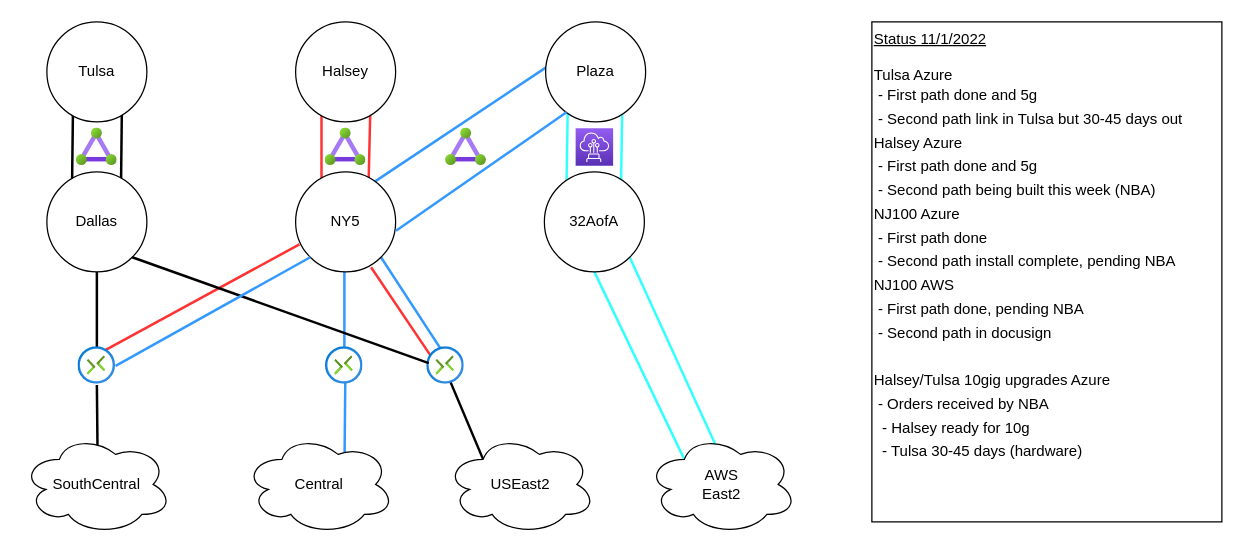
Before: Cloud2.drawio in rhoatson/Draw.io, a draw.io diagram. Source tidied: cells renumbered, new cells numbered last; positions are measured from the earlier drawing's top-left corner, leaving out a move shared by most shapes. Both pictures are drawn from the tidied source at 125%, with x=0, y=0 at pixel (21, 21).
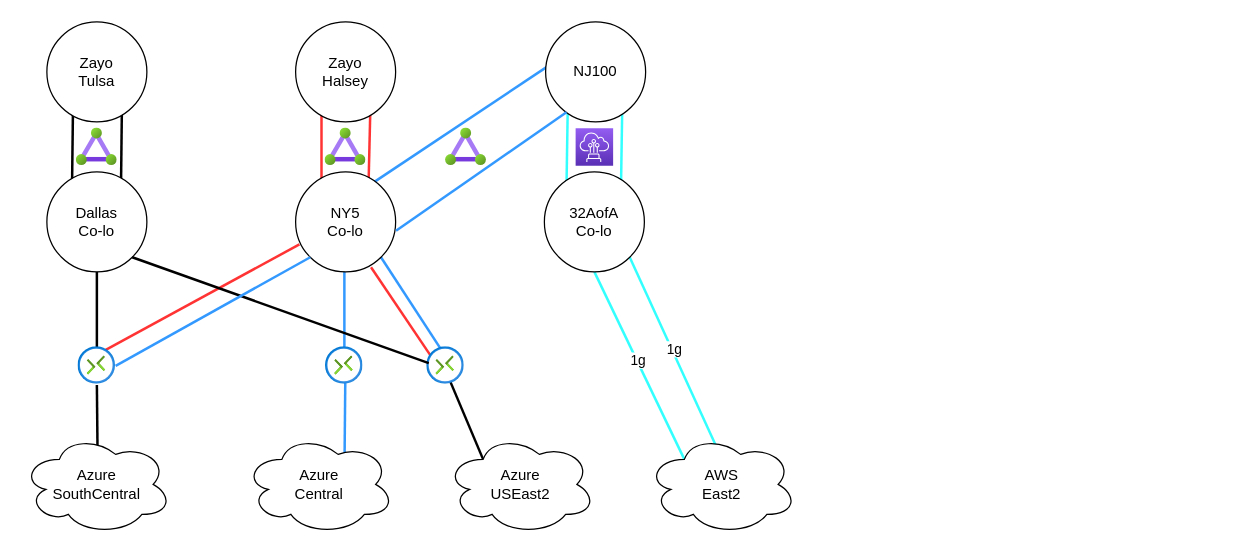
After the change.

The change refers to these unchanged cells:
```xml
<mxCell id="3" style="endArrow=none;html=1;rounded=0;strokeColor=#33FFFF;fillColor=#FF0000;exitX=0.25;exitY=0.25;exitDx=0;exitDy=0;strokeWidth=2;exitPerimeter=0;entryX=0.5;entryY=1;entryDx=0;entryDy=0;" parent="1" edge="1" source="23" target="37">
  <mxGeometry relative="1" as="geometry" />
</mxCell>
<mxCell id="4" style="endArrow=none;html=1;rounded=0;strokeColor=#33FFFF;fillColor=#FF0000;exitX=0.465;exitY=0.129;exitDx=0;exitDy=0;entryX=1;entryY=1;entryDx=0;entryDy=0;strokeWidth=2;exitPerimeter=0;" parent="1" edge="1" source="23" target="37">
  <mxGeometry relative="1" as="geometry" />
</mxCell>
```

Diff of the diagram source:
```diff
@@
+    <mxCell id="40" value="1g" style="edgeLabel;html=1;align=center;verticalAlign=middle;" parent="3" vertex="1">
+      <mxGeometry x="0.06" y="-1" relative="1" as="geometry" />
+    </mxCell>
@@
+    <mxCell id="41" value="1g" style="edgeLabel;html=1;align=center;verticalAlign=middle;" parent="4" vertex="1">
+      <mxGeometry x="0.03" y="-2" relative="1" as="geometry" />
+    </mxCell>
@@
-    <mxCell id="17" value="Tulsa" style="ellipse;whiteSpace=wrap;html=1;" parent="1" vertex="1">
+    <mxCell id="17" value="&lt;div&gt;Zayo&lt;/div&gt;&lt;div&gt;Tulsa&lt;/div&gt;" style="ellipse;whiteSpace=wrap;html=1;" parent="1" vertex="1">
       <mxGeometry x="20" width="80" height="80" as="geometry" />
     </mxCell>
-    <mxCell id="18" value="Halsey" style="ellipse;whiteSpace=wrap;html=1;" parent="1" vertex="1">
+    <mxCell id="18" value="&lt;div&gt;Zayo&lt;/div&gt;&lt;div&gt;Halsey&lt;/div&gt;" style="ellipse;whiteSpace=wrap;html=1;" parent="1" vertex="1">
       <mxGeometry x="219" width="80" height="80" as="geometry" />
     </mxCell>
-    <mxCell id="19" value="Plaza" style="ellipse;whiteSpace=wrap;html=1;" parent="1" vertex="1">
+    <mxCell id="19" value="NJ100" style="ellipse;whiteSpace=wrap;html=1;" parent="1" vertex="1">
       <mxGeometry x="419" width="80" height="80" as="geometry" />
     </mxCell>
-    <mxCell id="20" value="Dallas" style="ellipse;whiteSpace=wrap;html=1;" parent="1" vertex="1">
+    <mxCell id="20" value="&lt;div&gt;Dallas&lt;/div&gt;&lt;div&gt;Co-lo&lt;br&gt;&lt;/div&gt;" style="ellipse;whiteSpace=wrap;html=1;" parent="1" vertex="1">
       <mxGeometry x="20" y="120" width="80" height="80" as="geometry" />
     </mxCell>
-    <mxCell id="21" value="NY5" style="ellipse;whiteSpace=wrap;html=1;" parent="1" vertex="1">
+    <mxCell id="21" value="&lt;div&gt;NY5&lt;/div&gt;&lt;div&gt;Co-lo&lt;/div&gt;" style="ellipse;whiteSpace=wrap;html=1;" parent="1" vertex="1">
       <mxGeometry x="219" y="120" width="80" height="80" as="geometry" />
     </mxCell>
-    <mxCell id="22" value="SouthCentral" style="ellipse;shape=cloud;whiteSpace=wrap;html=1;" parent="1" vertex="1">
+    <mxCell id="22" value="&lt;div&gt;Azure&lt;/div&gt;&lt;div&gt;SouthCentral&lt;/div&gt;" style="ellipse;shape=cloud;whiteSpace=wrap;html=1;" parent="1" vertex="1">
       <mxGeometry y="330" width="120" height="80" as="geometry" />
     </mxCell>
@@
-    <mxCell id="24" value="Central" style="ellipse;shape=cloud;whiteSpace=wrap;html=1;" parent="1" vertex="1">
+    <mxCell id="24" value="&lt;div&gt;Azure&lt;/div&gt;&lt;div&gt;Central&lt;/div&gt;" style="ellipse;shape=cloud;whiteSpace=wrap;html=1;" parent="1" vertex="1">
       <mxGeometry x="178" y="330" width="120" height="80" as="geometry" />
     </mxCell>
-    <mxCell id="25" value="USEast2" style="ellipse;shape=cloud;whiteSpace=wrap;html=1;" parent="1" vertex="1">
+    <mxCell id="25" value="&lt;div&gt;Azure&lt;/div&gt;&lt;div&gt;USEast2&lt;/div&gt;" style="ellipse;shape=cloud;whiteSpace=wrap;html=1;" parent="1" vertex="1">
       <mxGeometry x="339" y="330" width="120" height="80" as="geometry" />
     </mxCell>
@@
-    <mxCell id="37" value="32AofA" style="ellipse;whiteSpace=wrap;html=1;" parent="1" vertex="1">
+    <mxCell id="37" value="&lt;div&gt;32AofA&lt;/div&gt;&lt;div&gt;Co-lo&lt;br&gt;&lt;/div&gt;" style="ellipse;whiteSpace=wrap;html=1;" parent="1" vertex="1">
       <mxGeometry x="418" y="120" width="80" height="80" as="geometry" />
     </mxCell>
@@
-    <mxCell id="39" value="&lt;div style=&quot;&quot;&gt;&lt;u&gt;&lt;font style=&quot;font-size: 12px;&quot; face=&quot;Helvetica&quot;&gt;&lt;span style=&quot;&quot;&gt;Status 11/1/2022&lt;/span&gt;&lt;/font&gt;&lt;/u&gt;&lt;/div&gt;&lt;div style=&quot;&quot;&gt;&lt;font style=&quot;font-size: 12px;&quot; face=&quot;Helvetica&quot;&gt;&lt;span style=&quot;&quot;&gt;&lt;br&gt;&lt;/span&gt;&lt;/font&gt;&lt;/div&gt;&lt;div style=&quot;&quot;&gt;&lt;font style=&quot;font-size: 12px;&quot; face=&quot;Helvetica&quot;&gt;&lt;span style=&quot;&quot;&gt;Tulsa Azure&lt;/span&gt;&lt;/font&gt;&lt;/div&gt;&lt;div style=&quot;font-weight: normal; line-height: 19px;&quot;&gt;&lt;div&gt;&lt;font style=&quot;font-size: 12px;&quot; face=&quot;Helvetica&quot;&gt;&lt;span style=&quot;&quot;&gt;&amp;nbsp;- First path done and 5g&lt;/span&gt;&lt;/font&gt;&lt;/div&gt;&lt;div&gt;&lt;font style=&quot;font-size: 12px;&quot; face=&quot;Helvetica&quot;&gt;&lt;span style=&quot;&quot;&gt;&amp;nbsp;- Second path link in Tulsa but 30-45 days out&lt;/span&gt;&lt;/font&gt;&lt;/div&gt;&lt;font style=&quot;font-size: 12px;&quot; face=&quot;Helvetica&quot;&gt;&lt;span style=&quot;&quot;&gt;Halsey Azure&lt;/span&gt;&lt;span style=&quot;&quot;&gt;&lt;br&gt;&lt;/span&gt;&lt;/font&gt;&lt;/div&gt;&lt;div style=&quot;font-weight: normal; line-height: 19px;&quot;&gt;&lt;font style=&quot;font-size: 12px;&quot; face=&quot;Helvetica&quot;&gt;&lt;span style=&quot;&quot;&gt;&amp;nbsp;- First path done and 5g&lt;/span&gt;&lt;span style=&quot;&quot;&gt;&lt;/span&gt;&lt;/font&gt;&lt;div&gt;&lt;font style=&quot;font-size: 12px;&quot; face=&quot;Helvetica&quot;&gt;&lt;span style=&quot;&quot;&gt;&amp;nbsp;- Second path being built this &lt;span style=&quot;white-space: pre;&quot;&gt;&lt;/span&gt;week (NBA)&lt;/span&gt;&lt;/font&gt;&lt;/div&gt;&lt;font style=&quot;font-size: 12px;&quot; face=&quot;Helvetica&quot;&gt;&lt;span style=&quot;&quot;&gt;NJ100 Azure&lt;/span&gt;&lt;/font&gt;&lt;div&gt;&lt;font style=&quot;font-size: 12px;&quot; face=&quot;Helvetica&quot;&gt;&lt;span style=&quot;&quot;&gt;&amp;nbsp;- First path done&lt;/span&gt;&lt;/font&gt;&lt;/div&gt;&lt;div&gt;&lt;font style=&quot;font-size: 12px;&quot; face=&quot;Helvetica&quot;&gt;&lt;span style=&quot;&quot;&gt;&amp;nbsp;- Second path install complete, pending NBA&lt;br&gt;&lt;/span&gt;&lt;/font&gt;&lt;/div&gt;&lt;font style=&quot;font-size: 12px;&quot; face=&quot;Helvetica&quot;&gt;&lt;span style=&quot;&quot;&gt;NJ100 AWS&lt;/span&gt;&lt;/font&gt;&lt;div&gt;&lt;font style=&quot;font-size: 12px;&quot; face=&quot;Helvetica&quot;&gt;&lt;span style=&quot;&quot;&gt;&amp;nbsp;- First path done, pending NBA&lt;/span&gt;&lt;/font&gt;&lt;/div&gt;&lt;div&gt;&lt;font style=&quot;font-size: 12px;&quot; face=&quot;Helvetica&quot;&gt;&lt;span style=&quot;&quot;&gt;&amp;nbsp;- Second path in docusign&lt;/span&gt;&lt;/font&gt;&lt;/div&gt;&lt;font style=&quot;font-size: 12px;&quot; face=&quot;Helvetica&quot;&gt;&lt;span style=&quot;&quot;&gt;&lt;/span&gt;&lt;span style=&quot;&quot;&gt;&lt;br&gt;&lt;/span&gt;&lt;/font&gt;&lt;/div&gt;&lt;div style=&quot;font-weight: normal; line-height: 19px;&quot;&gt;&lt;font style=&quot;font-size: 12px;&quot; face=&quot;Helvetica&quot;&gt;&lt;span style=&quot;&quot;&gt;Halsey/Tulsa 10gig upgrades Azure&lt;/span&gt;&lt;/font&gt;&lt;div&gt;&lt;font style=&quot;font-size: 12px;&quot; face=&quot;Helvetica&quot;&gt;&lt;span style=&quot;&quot;&gt;&amp;nbsp;- Orders received by NBA&lt;br&gt;&lt;/span&gt;&lt;/font&gt;&lt;/div&gt;&lt;div&gt;&lt;font style=&quot;font-size: 12px;&quot; face=&quot;Helvetica&quot;&gt;&lt;span style=&quot;&quot;&gt;&amp;nbsp;&lt;span style=&quot;white-space: pre;&quot;&gt; - &lt;/span&gt;Halsey ready for 10g&lt;/span&gt;&lt;/font&gt;&lt;/div&gt;&lt;div&gt;&lt;font style=&quot;font-size: 12px;&quot; face=&quot;Helvetica&quot;&gt;&lt;span style=&quot;&quot;&gt;&amp;nbsp;&lt;span style=&quot;white-space: pre;&quot;&gt; &lt;/span&gt;- Tulsa 30-45 days (hardware)&lt;/span&gt;&lt;/font&gt;&lt;/div&gt;&lt;/div&gt;" style="text;whiteSpace=wrap;html=1;fillColor=#FFFFFF;fontColor=default;labelBackgroundColor=none;shadow=0;strokeColor=default;" parent="1" vertex="1">
-      <mxGeometry x="680" width="280" height="400" as="geometry" />
-    </mxCell>
```
